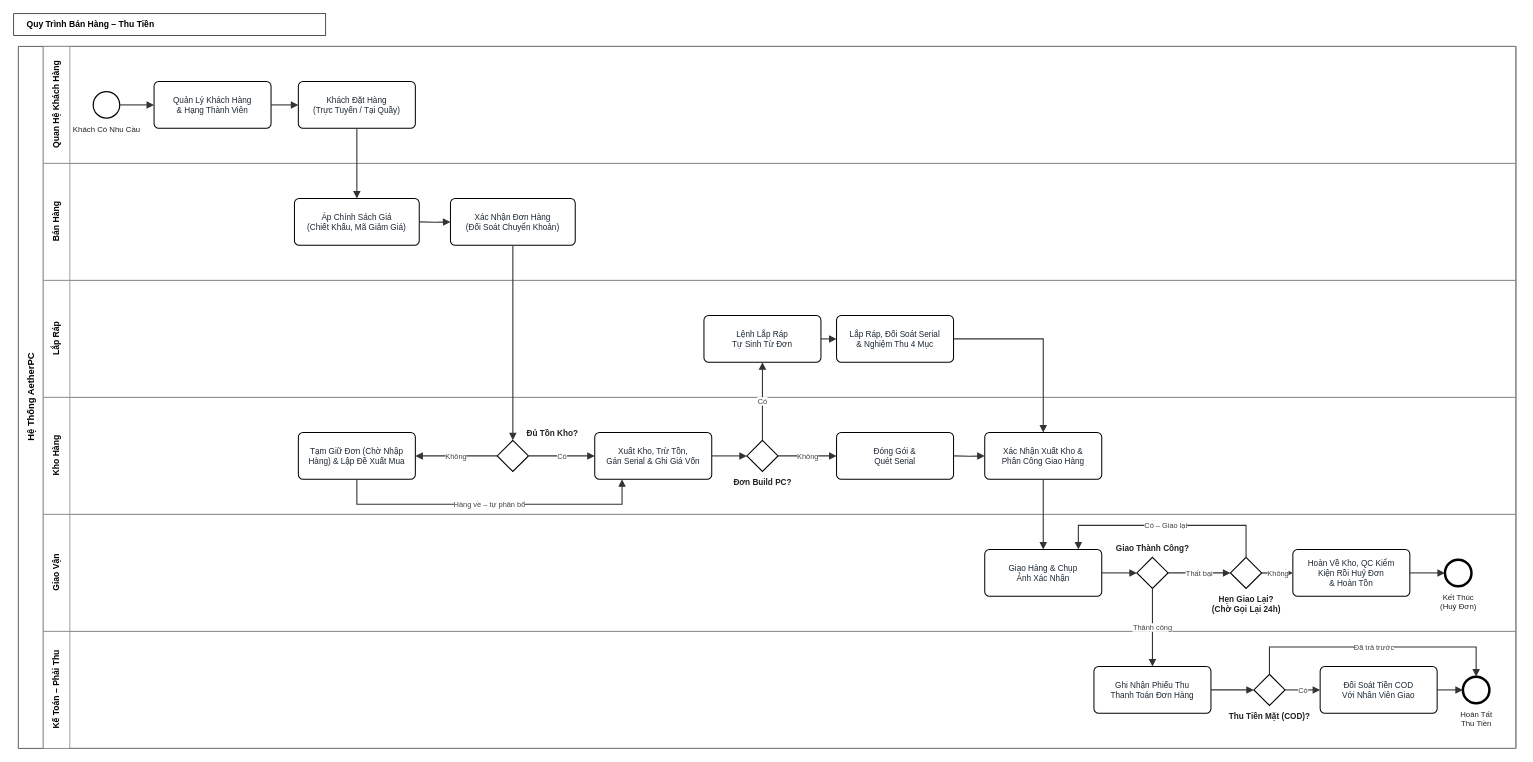
hoangmkid12/ERP_AetherPC keeps this draw.io diagram as docs/diagrams/bpmn/quy_trinh_banhang_thutien.drawio. Above is the earlier version. Source tidied: cells renumbered, new cells numbered last; positions are measured from the earlier drawing's top-left corner, leaving out a move shared by most shapes. Both pictures are drawn from the tidied source at 78%, with x=0, y=0 at pixel (13, 13).
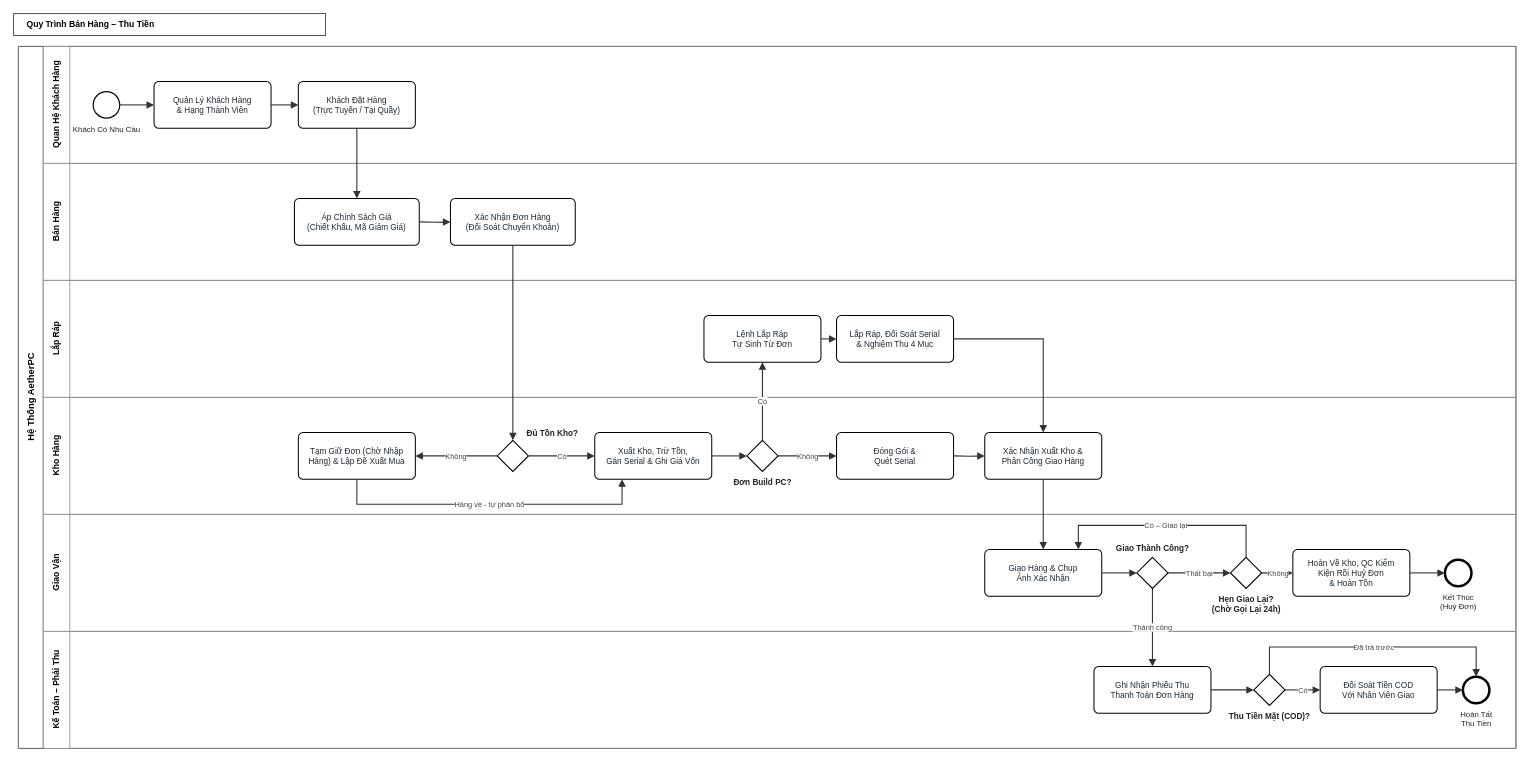
After the change.

What changed in the source:
```diff
@@
-    <mxCell id="47" value="Hàng về – tự phân bổ" style="edgeStyle=orthogonalEdgeStyle;rounded=0;orthogonalLoop=1;jettySize=auto;html=1;endArrow=block;endFill=1;strokeColor=#333333;strokeWidth=1.4;fontSize=9.5;fontColor=#444444;labelBackgroundColor=#FFFFFF;" parent="1" edge="1">
+    <mxCell id="47" value="Hàng về - tự phân bổ" style="edgeStyle=orthogonalEdgeStyle;rounded=0;orthogonalLoop=1;jettySize=auto;html=1;endArrow=block;endFill=1;strokeColor=#333333;strokeWidth=1.4;fontSize=9.5;fontColor=#444444;labelBackgroundColor=#FFFFFF;" parent="1" edge="1">
       <mxGeometry relative="1" as="geometry">
         <mxPoint x="440" y="597" as="sourcePoint" />
         <mxPoint x="780" y="597" as="targetPoint" />
         <Array as="points">
           <mxPoint x="440" y="629" />
           <mxPoint x="780" y="629" />
         </Array>
       </mxGeometry>
     </mxCell>
```
